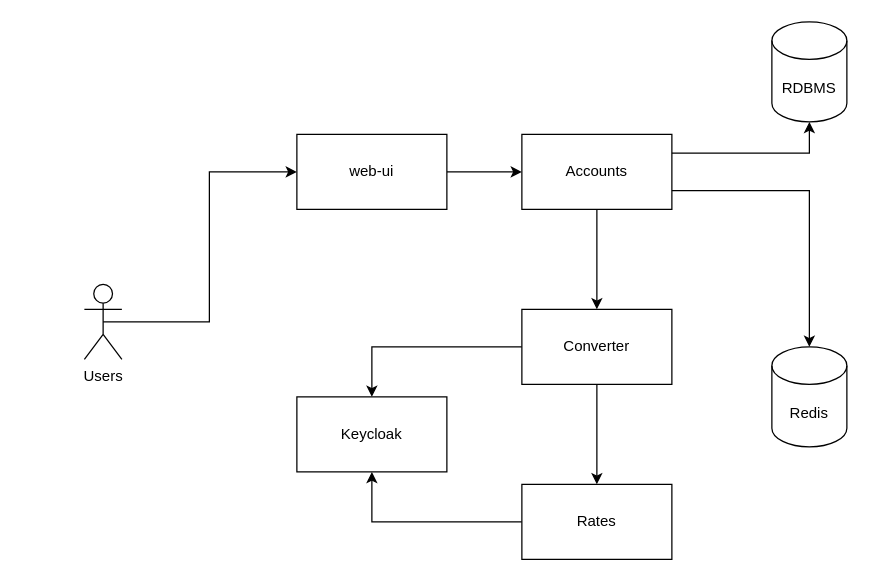
Earlier version of the draw.io diagram docs/components-structure.drawio (vl4ds4m/banking). Source tidied: cells renumbered, new cells numbered last; positions are measured from the earlier drawing's top-left corner, leaving out a move shared by most shapes. Both pictures are drawn from the tidied source at 125%, with x=0, y=0 at pixel (84, 21).
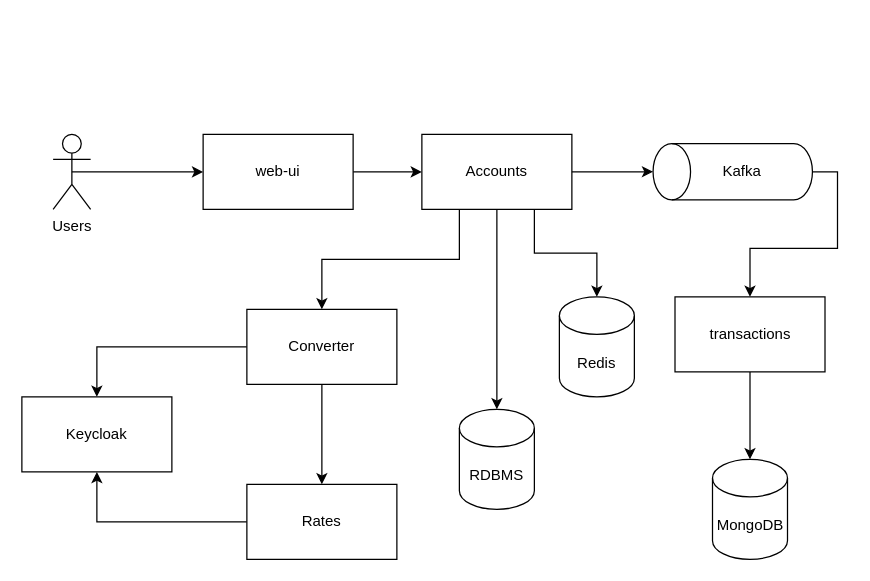
Above is the later version.

Change to the diagram source:
```diff
@@
-    <mxCell id="2" style="edgeStyle=orthogonalEdgeStyle;rounded=0;jettySize=auto;html=1;exitX=0.5;exitY=1;exitDx=0;exitDy=0;entryX=0.5;entryY=0;entryDx=0;entryDy=0;" parent="1" edge="1" source="3" target="6">
+    <mxCell id="2" style="edgeStyle=orthogonalEdgeStyle;rounded=0;jettySize=auto;html=1;exitX=0.25;exitY=1;exitDx=0;exitDy=0;entryX=0.5;entryY=0;entryDx=0;entryDy=0;" parent="1" edge="1" source="3" target="6">
       <mxGeometry relative="1" as="geometry" />
     </mxCell>
     <mxCell id="3" value="Accounts" style="rounded=0;whiteSpace=wrap;html=1;" parent="1" vertex="1">
-      <mxGeometry x="350" y="90" width="120" height="60" as="geometry" />
+      <mxGeometry x="270" y="90" width="120" height="60" as="geometry" />
     </mxCell>
@@
     <mxCell id="6" value="Converter" style="rounded=0;whiteSpace=wrap;html=1;" parent="1" vertex="1">
-      <mxGeometry x="350" y="230" width="120" height="60" as="geometry" />
+      <mxGeometry x="130" y="230" width="120" height="60" as="geometry" />
     </mxCell>
@@
     <mxCell id="8" value="Rates" style="rounded=0;whiteSpace=wrap;html=1;" parent="1" vertex="1">
-      <mxGeometry x="350" y="370" width="120" height="60" as="geometry" />
+      <mxGeometry x="130" y="370" width="120" height="60" as="geometry" />
     </mxCell>
     <mxCell id="9" value="Keycloak" style="rounded=0;whiteSpace=wrap;html=1;" parent="1" vertex="1">
-      <mxGeometry x="170" y="300" width="120" height="60" as="geometry" />
+      <mxGeometry x="-50" y="300" width="120" height="60" as="geometry" />
     </mxCell>
     <mxCell id="10" value="RDBMS" style="shape=cylinder3;whiteSpace=wrap;html=1;boundedLbl=1;backgroundOutline=1;size=15;" parent="1" vertex="1">
-      <mxGeometry x="550" width="60" height="80" as="geometry" />
+      <mxGeometry x="300" y="310" width="60" height="80" as="geometry" />
     </mxCell>
     <mxCell id="11" value="Redis" style="shape=cylinder3;whiteSpace=wrap;html=1;boundedLbl=1;backgroundOutline=1;size=15;" parent="1" vertex="1">
-      <mxGeometry x="550" y="260" width="60" height="80" as="geometry" />
+      <mxGeometry x="380" y="220" width="60" height="80" as="geometry" />
     </mxCell>
@@
     <mxCell id="13" value="Users" style="shape=umlActor;verticalLabelPosition=bottom;verticalAlign=top;html=1;outlineConnect=0;" parent="1" vertex="1">
-      <mxGeometry y="210" width="30" height="60" as="geometry" />
+      <mxGeometry x="-25" y="90" width="30" height="60" as="geometry" />
     </mxCell>
@@
     <mxCell id="15" value="web-ui" style="rounded=0;whiteSpace=wrap;html=1;" parent="1" vertex="1">
-      <mxGeometry x="170" y="90" width="120" height="60" as="geometry" />
+      <mxGeometry x="95" y="90" width="120" height="60" as="geometry" />
     </mxCell>
+    <mxCell id="18" value="transactions" style="rounded=0;whiteSpace=wrap;html=1;" parent="1" vertex="1">
+      <mxGeometry x="472.5" y="220" width="120" height="60" as="geometry" />
+    </mxCell>
+    <mxCell id="19" style="edgeStyle=orthogonalEdgeStyle;rounded=0;jettySize=auto;html=1;exitX=0.5;exitY=1;exitDx=0;exitDy=0;exitPerimeter=0;entryX=0.5;entryY=0;entryDx=0;entryDy=0;" parent="1" edge="1" source="20" target="18">
+      <mxGeometry relative="1" as="geometry" />
+    </mxCell>
+    <mxCell id="20" style="shape=cylinder3;whiteSpace=wrap;html=1;boundedLbl=1;backgroundOutline=1;size=15;rotation=-90;" parent="1" vertex="1">
+      <mxGeometry x="496.2" y="56.2" width="45" height="127.5" as="geometry" />
+    </mxCell>
+    <mxCell id="21" value="Kafka" style="text;strokeColor=none;fillColor=none;align=left;verticalAlign=middle;spacingLeft=4;spacingRight=4;overflow=hidden;whiteSpace=wrap;html=1;" parent="1" vertex="1">
+      <mxGeometry x="505" y="105" width="50" height="30" as="geometry" />
+    </mxCell>
+    <mxCell id="22" value="MongoDB" style="shape=cylinder3;whiteSpace=wrap;html=1;boundedLbl=1;backgroundOutline=1;size=15;" parent="1" vertex="1">
+      <mxGeometry x="502.5" y="350" width="60" height="80" as="geometry" />
+    </mxCell>
+    <mxCell id="23" style="edgeStyle=orthogonalEdgeStyle;rounded=0;jettySize=auto;html=1;exitX=1;exitY=0.5;exitDx=0;exitDy=0;entryX=0.5;entryY=0;entryDx=0;entryDy=0;entryPerimeter=0;" parent="1" edge="1" source="3" target="20">
+      <mxGeometry relative="1" as="geometry" />
+    </mxCell>
+    <mxCell id="24" style="edgeStyle=orthogonalEdgeStyle;rounded=0;jettySize=auto;html=1;exitX=0.5;exitY=1;exitDx=0;exitDy=0;entryX=0.5;entryY=0;entryDx=0;entryDy=0;entryPerimeter=0;" parent="1" edge="1" source="18" target="22">
+      <mxGeometry relative="1" as="geometry" />
+    </mxCell>
+    <mxCell id="17" style="edgeStyle=orthogonalEdgeStyle;rounded=0;jettySize=auto;html=1;exitX=0.5;exitY=1;exitDx=0;exitDy=0;entryX=0.5;entryY=0;entryDx=0;entryDy=0;entryPerimeter=0;" parent="1" edge="1" source="3" target="10">
+      <mxGeometry relative="1" as="geometry" />
+    </mxCell>
-    <mxCell id="16" style="edgeStyle=orthogonalEdgeStyle;rounded=0;jettySize=auto;html=1;exitX=1;exitY=0.75;exitDx=0;exitDy=0;entryX=0.5;entryY=0;entryDx=0;entryDy=0;entryPerimeter=0;" parent="1" edge="1" source="3" target="11">
+    <mxCell id="16" style="edgeStyle=orthogonalEdgeStyle;rounded=0;jettySize=auto;html=1;exitX=0.75;exitY=1;exitDx=0;exitDy=0;entryX=0.5;entryY=0;entryDx=0;entryDy=0;entryPerimeter=0;" parent="1" edge="1" source="3" target="11">
       <mxGeometry relative="1" as="geometry" />
     </mxCell>
-    <mxCell id="17" style="edgeStyle=orthogonalEdgeStyle;rounded=0;jettySize=auto;html=1;exitX=1;exitY=0.25;exitDx=0;exitDy=0;entryX=0.5;entryY=1;entryDx=0;entryDy=0;entryPerimeter=0;" parent="1" edge="1" source="3" target="10">
-      <mxGeometry relative="1" as="geometry" />
-    </mxCell>
```
